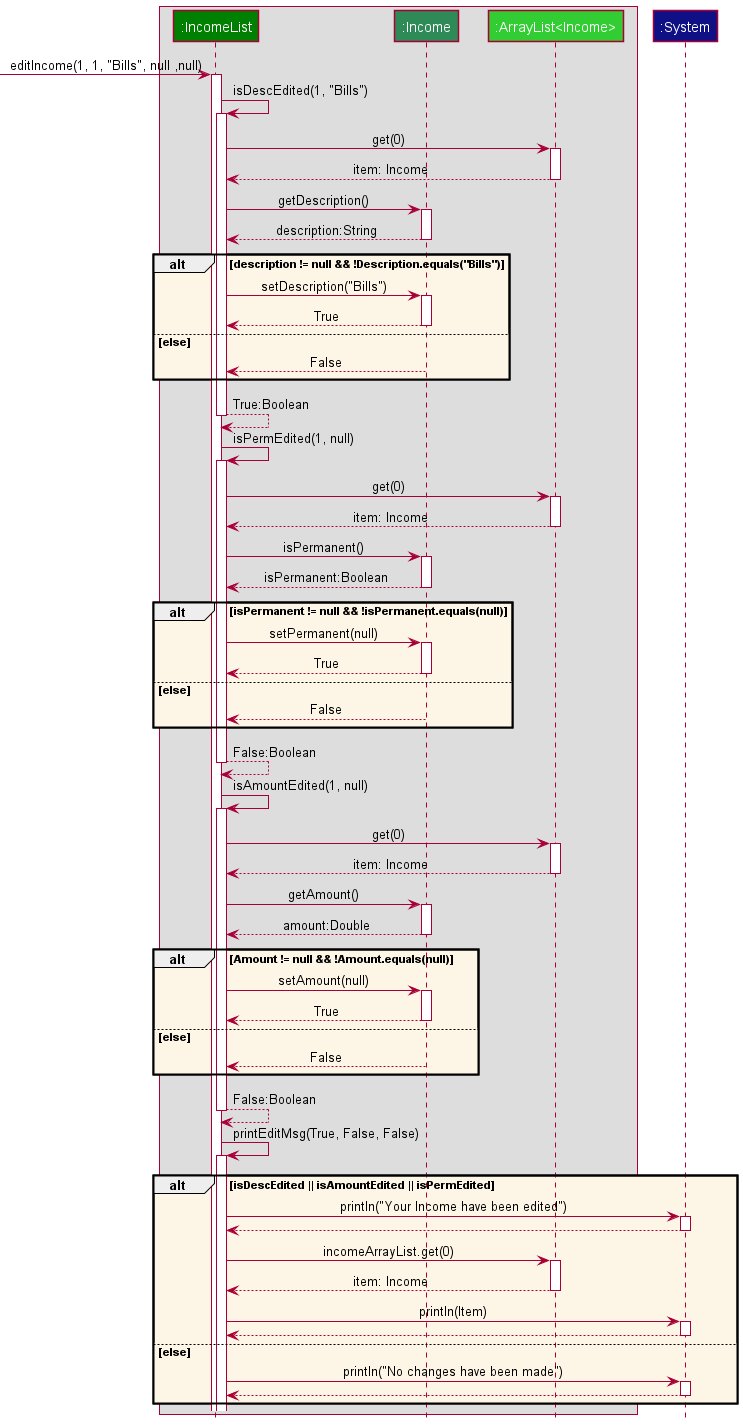
Above: docs/images/EditIncomeSequence.png in nus-cs2113-AY2122S2/tp (PlantUML), before the change.
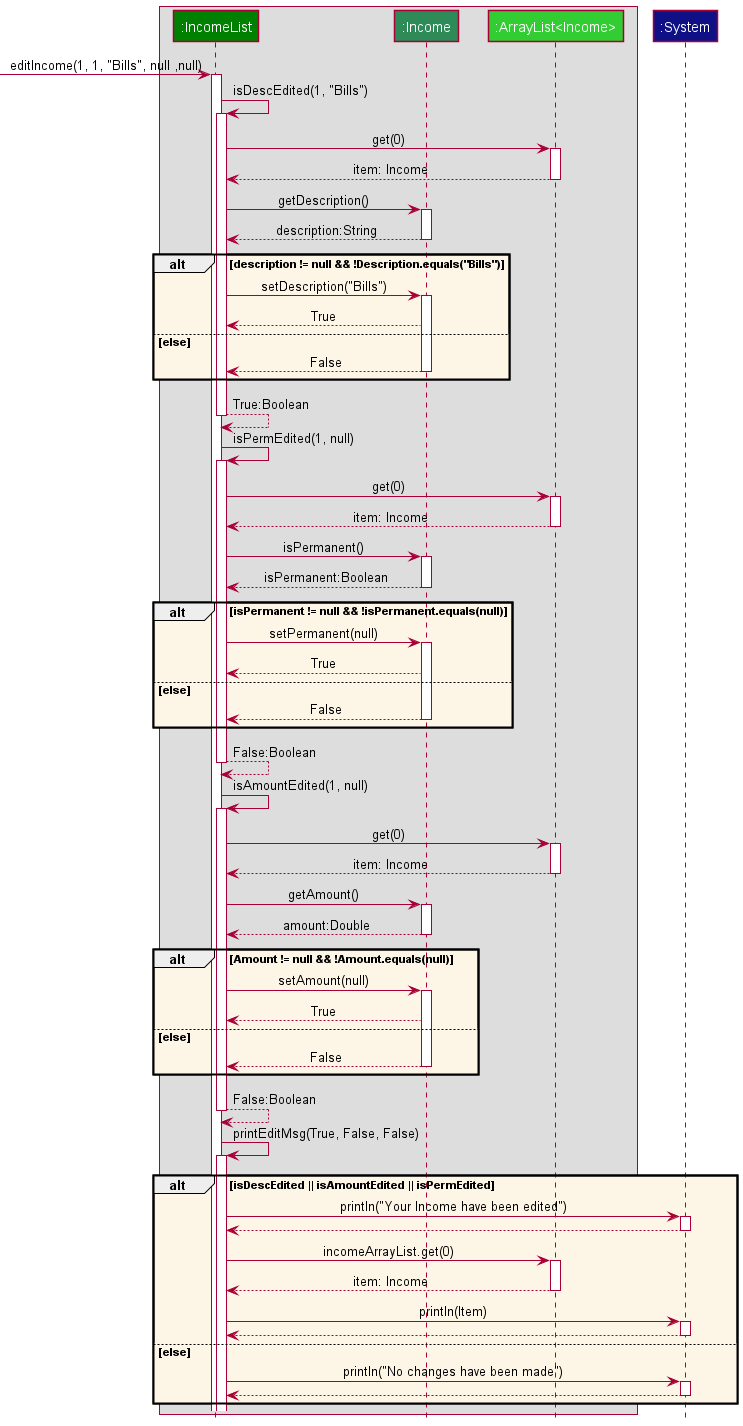
The same file after the commit.

Commit message:
Fixed activation bar for alt

Diff of the diagram source:
```diff
@@ -26,7 +26,6 @@
     Ilist -> Inc: setDescription("Bills")
     activate Inc
     Inc --> Ilist: True
-    deactivate Inc
 else else
     Inc --> Ilist: False
     deactivate Inc
@@ -51,7 +50,6 @@
     Ilist -> Inc: setPermanent(null)
     activate Inc
     Inc --> Ilist: True
-    deactivate Inc
 else else
     Inc --> Ilist: False
     deactivate Inc
@@ -76,7 +74,6 @@
     Ilist -> Inc: setAmount(null)
     activate Inc
     Inc --> Ilist: True
-    deactivate Inc
 else else
     Inc --> Ilist: False
     deactivate Inc
```
